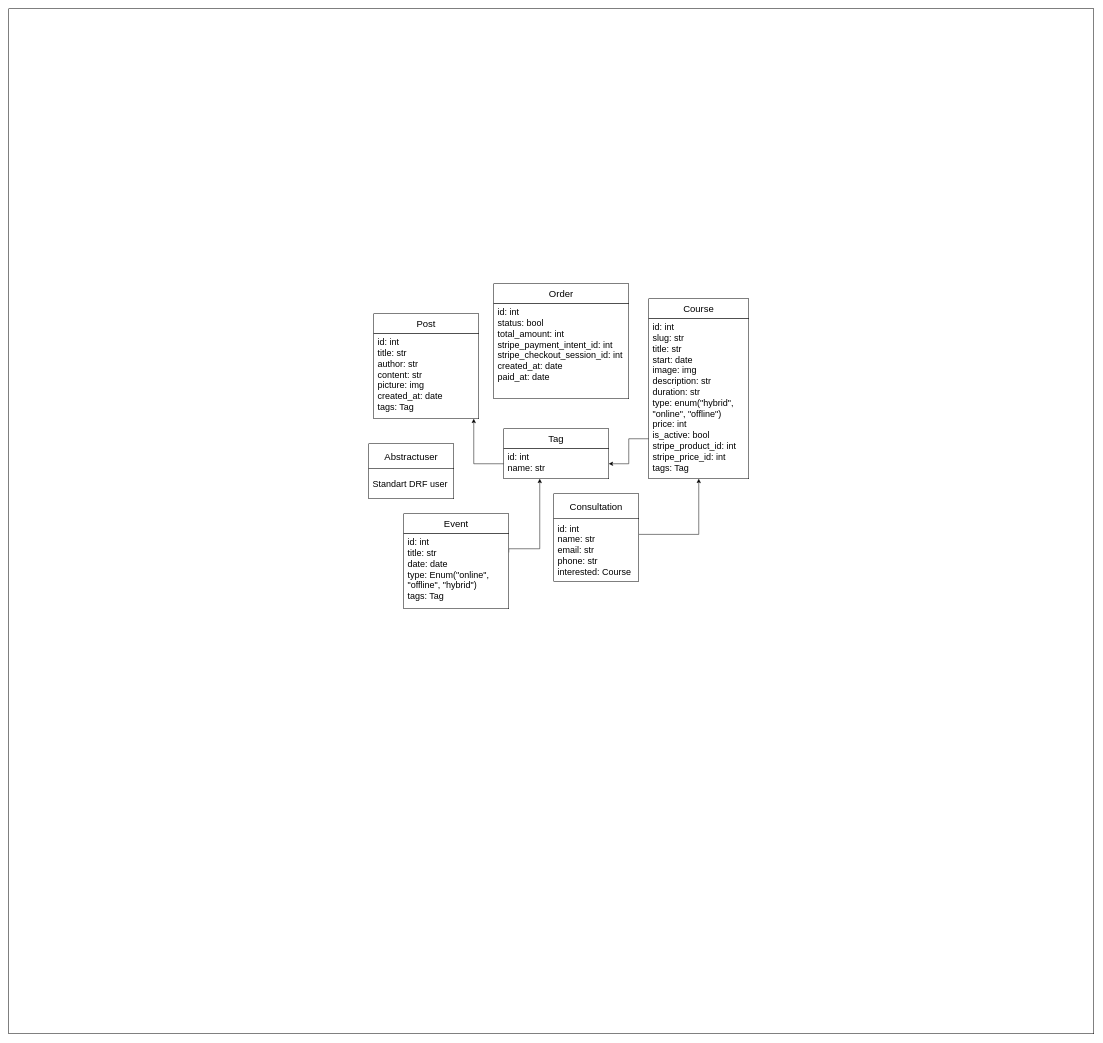
Before: db_diagram.drawio in Serginho915/iet-shop, a draw.io diagram. Source tidied: cells renumbered, new cells numbered last; positions are measured from the earlier drawing's top-left corner, leaving out a move shared by most shapes. Both pictures are drawn from the tidied source at 50%, with x=0, y=0 at pixel (8, 8).
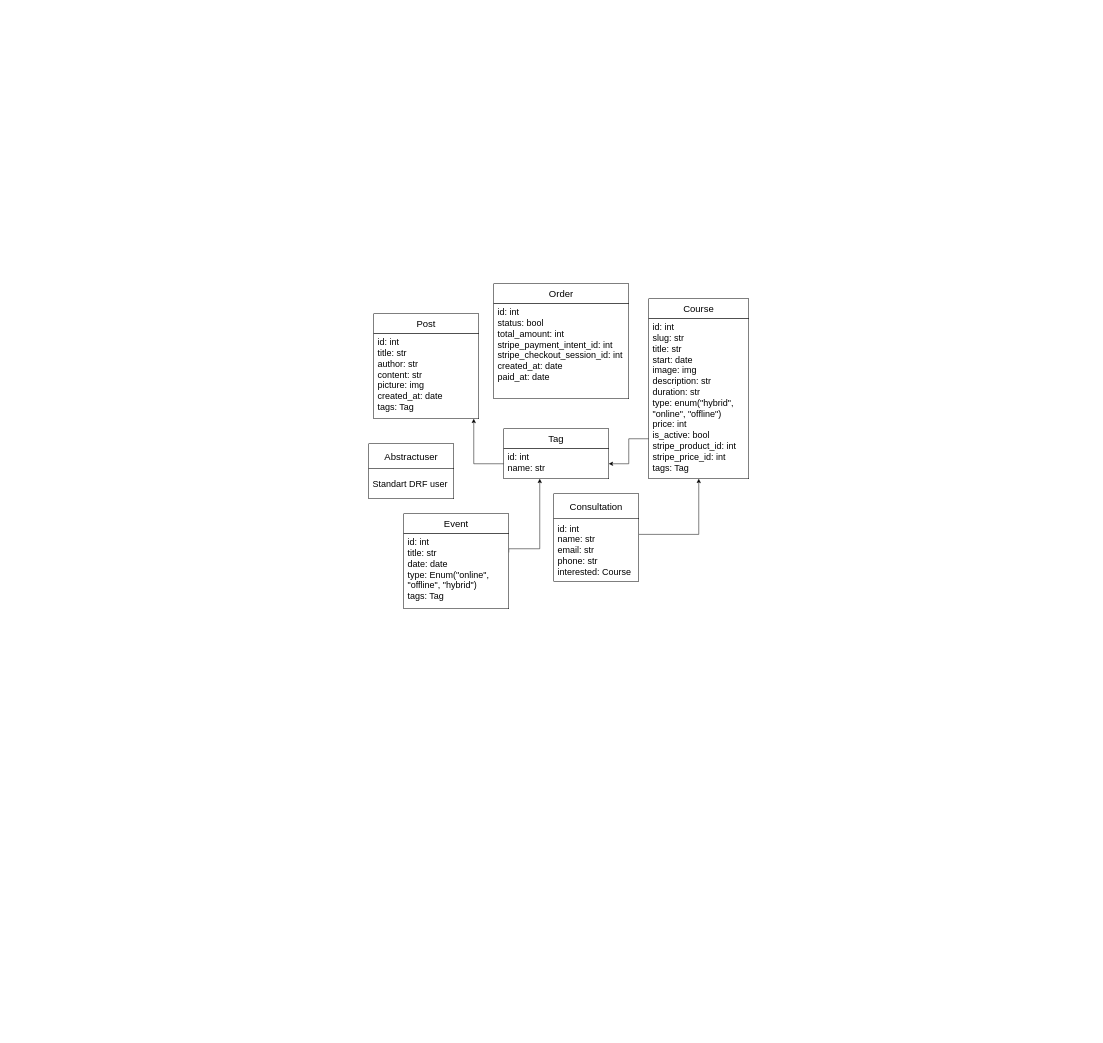
After the change.

The edit, as a diff of the source:
```diff
@@
-    <mxCell id="2" style="rounded=0;whiteSpace=wrap;html=1;" parent="1" vertex="1">
-      <mxGeometry width="2170" height="2050" as="geometry" />
-    </mxCell>
```
